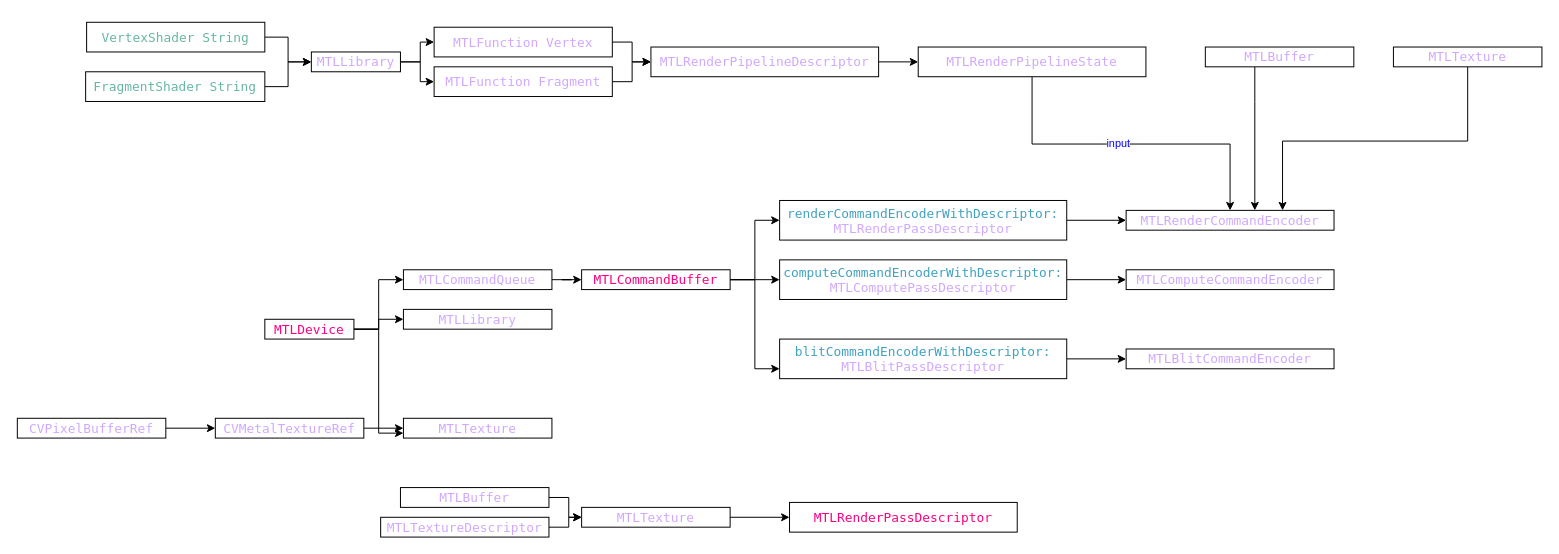
Before: MetalRender.drawio in loleng/mediatools, a draw.io diagram. Source tidied: cells renumbered, new cells numbered last; positions are measured from the earlier drawing's top-left corner, leaving out a move shared by most shapes. Both pictures are drawn from the tidied source at 99%, with x=0, y=0 at pixel (17, 17).
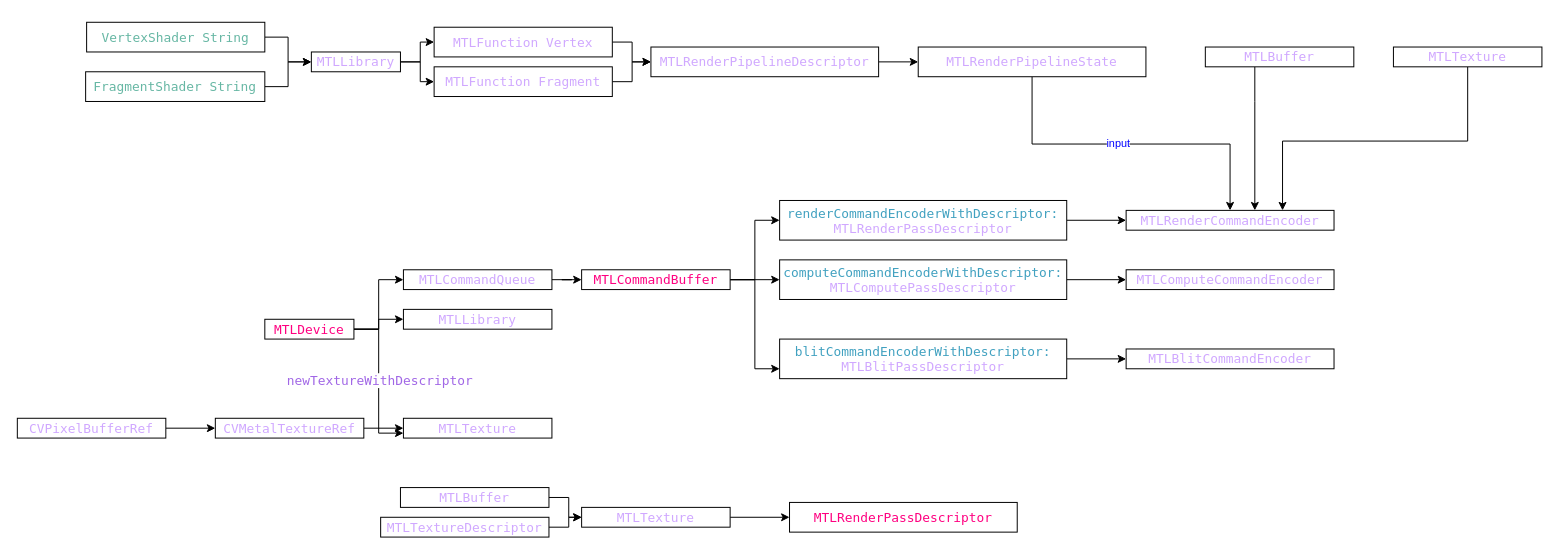
The same diagram, later.

Unchanged cells that the change refers to:
```xml
<mxCell id="4" style="edgeStyle=orthogonalEdgeStyle;rounded=0;jettySize=auto;html=1;labelBackgroundColor=#ffffff;fontColor=#000099;entryX=0;entryY=0.75;entryDx=0;entryDy=0;" parent="1" edge="1" source="5" target="26">
  <mxGeometry relative="1" as="geometry" />
</mxCell>
```

What changed in the source:
```diff
@@
+    <mxCell id="55" value="&lt;p style=&quot;margin: 0px; font-stretch: normal; font-size: 13px; line-height: normal; font-family: menlo; color: rgb(161, 103, 230);&quot;&gt;newTextureWithDescriptor&lt;/p&gt;" style="edgeLabel;html=1;align=center;verticalAlign=middle;fontColor=#0000FF;labelBackgroundColor=#ffffff;" parent="4" vertex="1">
+      <mxGeometry x="-0.02" relative="1" as="geometry" />
+    </mxCell>
```
